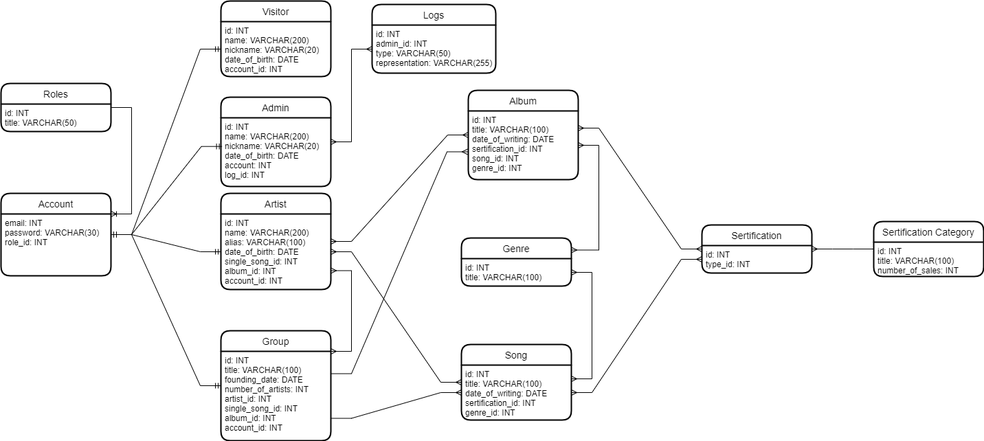
The draw.io diagram SchemeDB.png in whiteicq/DB-Labs-2022, before a commit. Source tidied: cells renumbered, new cells last; positions are measured from the earlier drawing's top-left corner, leaving out a move shared by most shapes.
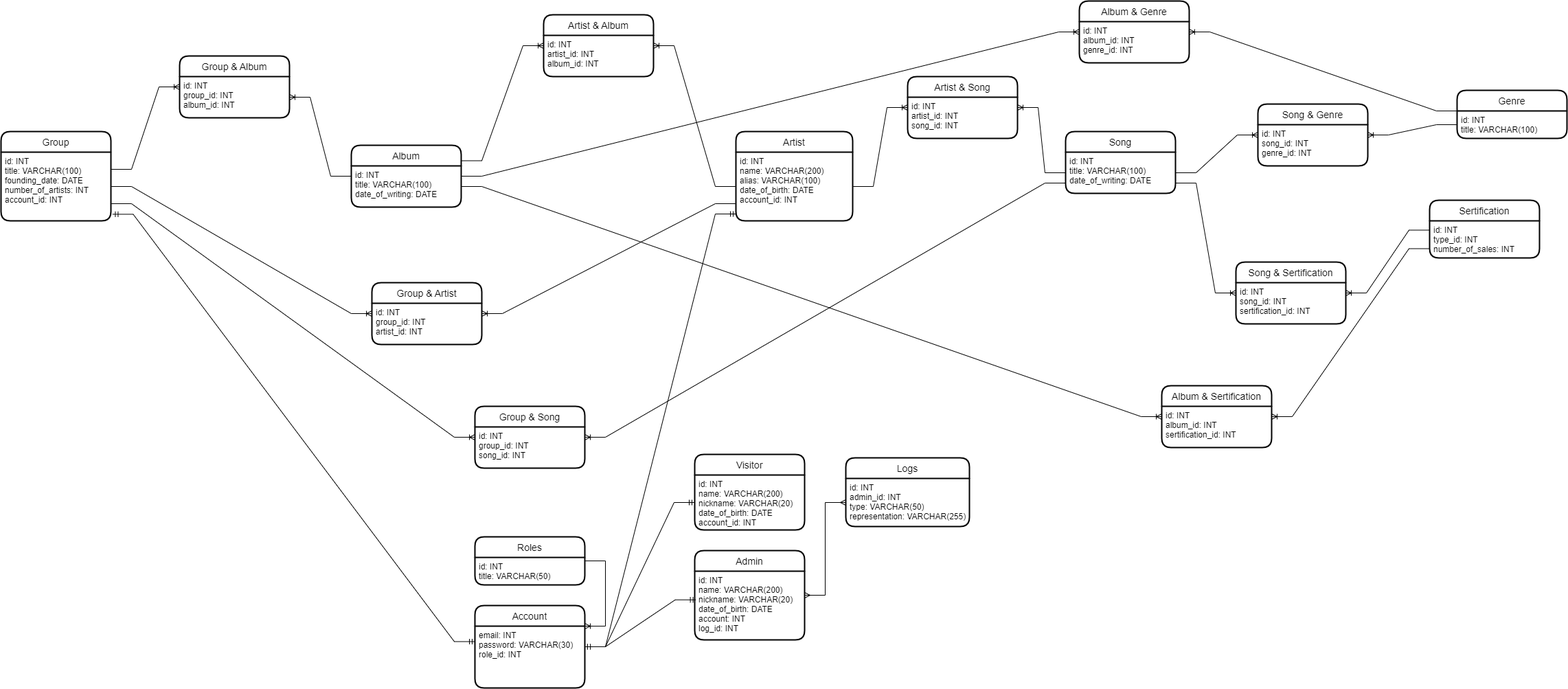
Above is the later version.

Change to the diagram source:
```diff
@@ -5,3 +5,3 @@
     <mxCell id="2" value="Visitor" style="swimlane;horizontal=1;startSize=30;rounded=1;fontSize=14;fontStyle=0;strokeWidth=2;shadow=0;dashed=0;align=center;" parent="1" vertex="1">
-      <mxGeometry x="320" width="160" height="110" as="geometry" />
+      <mxGeometry x="750" y="1130" width="160" height="110" as="geometry" />
     </mxCell>
@@ -11,15 +11,15 @@
     <mxCell id="4" value="Artist" style="swimlane;horizontal=1;startSize=30;rounded=1;fontSize=14;fontStyle=0;strokeWidth=2;shadow=0;dashed=0;align=center;" parent="1" vertex="1">
-      <mxGeometry x="320" y="280" width="160" height="140" as="geometry" />
+      <mxGeometry x="810" y="660" width="170" height="130" as="geometry" />
     </mxCell>
-    <mxCell id="5" value="id: INT&#10;name: VARCHAR(200)&#10;alias: VARCHAR(100)&#10;date_of_birth: DATE&#10;single_song_id: INT&#10;album_id: INT&#10;account_id: INT" style="align=left;strokeColor=none;fillColor=none;spacingLeft=4;fontSize=12;verticalAlign=top;" parent="4" vertex="1">
-      <mxGeometry y="30" width="160" height="110" as="geometry" />
+    <mxCell id="5" value="id: INT&#10;name: VARCHAR(200)&#10;alias: VARCHAR(100)&#10;date_of_birth: DATE&#10;account_id: INT" style="align=left;strokeColor=none;fillColor=none;spacingLeft=4;fontSize=12;verticalAlign=top;" parent="4" vertex="1">
+      <mxGeometry y="30" width="170" height="100" as="geometry" />
     </mxCell>
     <mxCell id="6" value="Group" style="swimlane;horizontal=1;startSize=30;rounded=1;fontSize=14;fontStyle=0;strokeWidth=2;shadow=0;dashed=0;align=center;" parent="1" vertex="1">
-      <mxGeometry x="320" y="480" width="160" height="160" as="geometry" />
+      <mxGeometry x="-260" y="660" width="160" height="130" as="geometry" />
     </mxCell>
-    <mxCell id="7" value="id: INT&#10;title: VARCHAR(100)&#10;founding_date: DATE&#10;number_of_artists: INT&#10;artist_id: INT&#10;single_song_id: INT&#10;album_id: INT&#10;account_id: INT&#10;" style="align=left;strokeColor=none;fillColor=none;spacingLeft=4;fontSize=12;verticalAlign=top;" parent="6" vertex="1">
-      <mxGeometry y="30" width="160" height="130" as="geometry" />
+    <mxCell id="7" value="id: INT&#10;title: VARCHAR(100)&#10;founding_date: DATE&#10;number_of_artists: INT&#10;account_id: INT&#10;" style="align=left;strokeColor=none;fillColor=none;spacingLeft=4;fontSize=12;verticalAlign=top;" parent="6" vertex="1">
+      <mxGeometry y="30" width="160" height="100" as="geometry" />
     </mxCell>
     <mxCell id="8" value="Admin" style="swimlane;horizontal=1;startSize=30;rounded=1;fontSize=14;fontStyle=0;strokeWidth=2;shadow=0;dashed=0;align=center;" parent="1" vertex="1">
-      <mxGeometry x="320" y="140" width="160" height="130" as="geometry" />
+      <mxGeometry x="750" y="1270" width="160" height="130" as="geometry" />
     </mxCell>
@@ -29,15 +29,15 @@
     <mxCell id="10" value="Album" style="swimlane;horizontal=1;startSize=30;rounded=1;fontSize=14;fontStyle=0;strokeWidth=2;shadow=0;dashed=0;align=center;" parent="1" vertex="1">
-      <mxGeometry x="680" y="130" width="160" height="130" as="geometry" />
+      <mxGeometry x="250" y="680" width="160" height="90" as="geometry" />
     </mxCell>
-    <mxCell id="11" value="id: INT&#10;title: VARCHAR(100)&#10;date_of_writing: DATE&#10;sertification_id: INT&#10;song_id: INT&#10;genre_id: INT" style="align=left;strokeColor=none;fillColor=none;spacingLeft=4;fontSize=12;verticalAlign=top;" parent="10" vertex="1">
-      <mxGeometry y="30" width="160" height="100" as="geometry" />
+    <mxCell id="11" value="id: INT&#10;title: VARCHAR(100)&#10;date_of_writing: DATE&#10;" style="align=left;strokeColor=none;fillColor=none;spacingLeft=4;fontSize=12;verticalAlign=top;" parent="10" vertex="1">
+      <mxGeometry y="30" width="160" height="60" as="geometry" />
     </mxCell>
     <mxCell id="12" value="Song" style="swimlane;horizontal=1;startSize=30;rounded=1;fontSize=14;fontStyle=0;strokeWidth=2;shadow=0;dashed=0;align=center;" parent="1" vertex="1">
-      <mxGeometry x="670" y="500" width="160" height="110" as="geometry" />
+      <mxGeometry x="1290" y="660" width="160" height="90" as="geometry" />
     </mxCell>
-    <mxCell id="13" value="id: INT&#10;title: VARCHAR(100)&#10;date_of_writing: DATE&#10;sertification_id: INT&#10;genre_id: INT" style="align=left;strokeColor=none;fillColor=none;spacingLeft=4;fontSize=12;verticalAlign=top;" parent="12" vertex="1">
-      <mxGeometry y="30" width="160" height="80" as="geometry" />
+    <mxCell id="13" value="id: INT&#10;title: VARCHAR(100)&#10;date_of_writing: DATE&#10;" style="align=left;strokeColor=none;fillColor=none;spacingLeft=4;fontSize=12;verticalAlign=top;" parent="12" vertex="1">
+      <mxGeometry y="30" width="160" height="60" as="geometry" />
     </mxCell>
     <mxCell id="14" value="Genre" style="swimlane;horizontal=1;startSize=30;rounded=1;fontSize=14;fontStyle=0;strokeWidth=2;shadow=0;dashed=0;align=center;" parent="1" vertex="1">
-      <mxGeometry x="670" y="345" width="160" height="70" as="geometry" />
+      <mxGeometry x="1860" y="600" width="160" height="70" as="geometry" />
     </mxCell>
@@ -47,15 +47,9 @@
     <mxCell id="16" value="Sertification" style="swimlane;horizontal=1;startSize=30;rounded=1;fontSize=14;fontStyle=0;strokeWidth=2;shadow=0;dashed=0;align=center;" parent="1" vertex="1">
-      <mxGeometry x="1020" y="326" width="160" height="70" as="geometry" />
+      <mxGeometry x="1820" y="760" width="160" height="84" as="geometry" />
     </mxCell>
-    <mxCell id="17" value="id: INT&#10;type_id: INT" style="align=left;strokeColor=none;fillColor=none;spacingLeft=4;fontSize=12;verticalAlign=top;" parent="16" vertex="1">
-      <mxGeometry y="30" width="160" height="40" as="geometry" />
+    <mxCell id="17" value="id: INT&#10;type_id: INT&#10;number_of_sales: INT" style="align=left;strokeColor=none;fillColor=none;spacingLeft=4;fontSize=12;verticalAlign=top;" parent="16" vertex="1">
+      <mxGeometry y="30" width="160" height="54" as="geometry" />
     </mxCell>
-    <mxCell id="18" value="Sertification Category" style="swimlane;horizontal=1;startSize=30;rounded=1;fontSize=14;fontStyle=0;strokeWidth=2;shadow=0;dashed=0;align=center;" parent="1" vertex="1">
-      <mxGeometry x="1270" y="321" width="160" height="80" as="geometry" />
-    </mxCell>
-    <mxCell id="19" value="id: INT&#10;title: VARCHAR(100)&#10;number_of_sales: INT" style="align=left;strokeColor=none;fillColor=none;spacingLeft=4;fontSize=12;verticalAlign=top;" parent="18" vertex="1">
-      <mxGeometry y="30" width="160" height="50" as="geometry" />
-    </mxCell>
     <mxCell id="20" value="Roles" style="swimlane;horizontal=1;startSize=30;rounded=1;fontSize=14;fontStyle=0;strokeWidth=2;shadow=0;dashed=0;align=center;" parent="1" vertex="1">
-      <mxGeometry y="120" width="160" height="70" as="geometry" />
+      <mxGeometry x="430" y="1250" width="160" height="70" as="geometry" />
     </mxCell>
@@ -65,3 +59,3 @@
     <mxCell id="22" value="Logs" style="swimlane;horizontal=1;startSize=30;rounded=1;fontSize=14;fontStyle=0;strokeWidth=2;shadow=0;dashed=0;align=center;" parent="1" vertex="1">
-      <mxGeometry x="540" y="5" width="180" height="100" as="geometry" />
+      <mxGeometry x="970" y="1135" width="180" height="100" as="geometry" />
     </mxCell>
@@ -70,22 +64,4 @@
     </mxCell>
-    <mxCell id="24" style="edgeStyle=entityRelationEdgeStyle;fontSize=12;html=1;endArrow=ERmany;startArrow=ERmany;rounded=0;" parent="1" edge="1" source="4" target="10">
-      <mxGeometry relative="1" as="geometry" />
-    </mxCell>
-    <mxCell id="25" style="edgeStyle=entityRelationEdgeStyle;fontSize=12;html=1;endArrow=ERmany;startArrow=ERmany;rounded=0;exitX=1;exitY=0.5;exitDx=0;exitDy=0;" parent="1" edge="1" source="5" target="12">
-      <mxGeometry relative="1" as="geometry" />
-    </mxCell>
-    <mxCell id="26" style="edgeStyle=entityRelationEdgeStyle;fontSize=12;html=1;endArrow=ERmany;startArrow=ERmany;rounded=0;exitX=1;exitY=0.25;exitDx=0;exitDy=0;" parent="1" edge="1" source="11" target="16">
-      <mxGeometry relative="1" as="geometry" />
-    </mxCell>
-    <mxCell id="27" style="edgeStyle=entityRelationEdgeStyle;fontSize=12;html=1;endArrow=ERmany;startArrow=ERmany;rounded=0;entryX=0;entryY=0.5;entryDx=0;entryDy=0;exitX=1;exitY=0.5;exitDx=0;exitDy=0;" parent="1" edge="1" source="13" target="17">
-      <mxGeometry relative="1" as="geometry" />
-    </mxCell>
-    <mxCell id="28" style="edgeStyle=entityRelationEdgeStyle;fontSize=12;html=1;endArrow=ERmany;startArrow=ERmany;rounded=0;exitX=1;exitY=0.25;exitDx=0;exitDy=0;" parent="1" edge="1" source="14" target="11">
-      <mxGeometry relative="1" as="geometry" />
-    </mxCell>
-    <mxCell id="29" style="edgeStyle=entityRelationEdgeStyle;fontSize=12;html=1;endArrow=ERmany;startArrow=ERmany;rounded=0;exitX=1;exitY=0.25;exitDx=0;exitDy=0;" parent="1" edge="1" source="13" target="15">
-      <mxGeometry relative="1" as="geometry" />
-    </mxCell>
     <mxCell id="30" value="Account" style="swimlane;horizontal=1;startSize=30;rounded=1;fontSize=14;fontStyle=0;strokeWidth=2;shadow=0;dashed=0;align=center;" parent="1" vertex="1">
-      <mxGeometry y="280" width="160" height="120" as="geometry" />
+      <mxGeometry x="430" y="1350" width="160" height="120" as="geometry" />
     </mxCell>
@@ -94,8 +70,2 @@
     </mxCell>
-    <mxCell id="32" style="edgeStyle=entityRelationEdgeStyle;fontSize=12;html=1;endArrow=ERmandOne;startArrow=ERmandOne;rounded=0;entryX=0;entryY=0.5;entryDx=0;entryDy=0;" parent="1" edge="1" source="30" target="5">
-      <mxGeometry relative="1" as="geometry" />
-    </mxCell>
-    <mxCell id="33" style="edgeStyle=entityRelationEdgeStyle;fontSize=12;html=1;endArrow=ERmandOne;startArrow=ERmandOne;rounded=0;" parent="1" edge="1" source="30" target="6">
-      <mxGeometry relative="1" as="geometry" />
-    </mxCell>
     <mxCell id="34" style="edgeStyle=entityRelationEdgeStyle;fontSize=12;html=1;endArrow=ERoneToMany;rounded=0;entryX=1;entryY=0;entryDx=0;entryDy=0;" parent="1" edge="1" source="20" target="31">
@@ -103,8 +73,2 @@
     </mxCell>
-    <mxCell id="35" style="edgeStyle=entityRelationEdgeStyle;fontSize=12;html=1;endArrow=ERmany;rounded=0;entryX=0;entryY=0.5;entryDx=0;entryDy=0;exitX=1;exitY=0.75;exitDx=0;exitDy=0;" parent="1" edge="1" source="7" target="13">
-      <mxGeometry relative="1" as="geometry" />
-    </mxCell>
-    <mxCell id="36" style="edgeStyle=entityRelationEdgeStyle;fontSize=12;html=1;endArrow=ERmany;rounded=0;exitX=1;exitY=0.25;exitDx=0;exitDy=0;entryX=-0.006;entryY=0.595;entryDx=0;entryDy=0;entryPerimeter=0;" parent="1" edge="1" source="7" target="11">
-      <mxGeometry relative="1" as="geometry" />
-    </mxCell>
     <mxCell id="37" style="edgeStyle=entityRelationEdgeStyle;fontSize=12;html=1;endArrow=ERmandOne;startArrow=ERmandOne;rounded=0;" parent="1" edge="1" source="30" target="3">
@@ -115,8 +79,2 @@
     </mxCell>
-    <mxCell id="39" style="edgeStyle=entityRelationEdgeStyle;fontSize=12;html=1;endArrow=ERmany;startArrow=ERmany;rounded=0;exitX=1;exitY=0.75;exitDx=0;exitDy=0;entryX=1;entryY=0;entryDx=0;entryDy=0;" parent="1" edge="1" source="5" target="7">
-      <mxGeometry relative="1" as="geometry" />
-    </mxCell>
-    <mxCell id="40" style="edgeStyle=entityRelationEdgeStyle;fontSize=12;html=1;endArrow=ERmany;rounded=0;" parent="1" edge="1" source="18" target="16">
-      <mxGeometry relative="1" as="geometry" />
-    </mxCell>
     <mxCell id="41" style="edgeStyle=entityRelationEdgeStyle;fontSize=12;html=1;endArrow=ERmany;startArrow=ERmany;rounded=0;" parent="1" edge="1" source="8" target="23">
@@ -124,2 +82,118 @@
     </mxCell>
+    <mxCell id="42" value="Artist &amp; Song" style="swimlane;horizontal=1;startSize=30;rounded=1;fontSize=14;fontStyle=0;strokeWidth=2;shadow=0;dashed=0;align=center;" parent="1" vertex="1">
+      <mxGeometry x="1060" y="580" width="160" height="90" as="geometry" />
+    </mxCell>
+    <mxCell id="43" value="id: INT&#10;artist_id: INT&#10;song_id: INT" style="align=left;strokeColor=none;fillColor=none;spacingLeft=4;fontSize=12;verticalAlign=top;" parent="42" vertex="1">
+      <mxGeometry y="30" width="160" height="60" as="geometry" />
+    </mxCell>
+    <mxCell id="44" value="Group &amp; Song" style="swimlane;horizontal=1;startSize=30;rounded=1;fontSize=14;fontStyle=0;strokeWidth=2;shadow=0;dashed=0;align=center;" parent="1" vertex="1">
+      <mxGeometry x="430" y="1060" width="160" height="90" as="geometry" />
+    </mxCell>
+    <mxCell id="45" value="id: INT&#10;group_id: INT&#10;song_id: INT" style="align=left;strokeColor=none;fillColor=none;spacingLeft=4;fontSize=12;verticalAlign=top;" parent="44" vertex="1">
+      <mxGeometry y="30" width="160" height="60" as="geometry" />
+    </mxCell>
+    <mxCell id="46" value="Album &amp; Genre" style="swimlane;horizontal=1;startSize=30;rounded=1;fontSize=14;fontStyle=0;strokeWidth=2;shadow=0;dashed=0;align=center;" parent="1" vertex="1">
+      <mxGeometry x="1310" y="470" width="160" height="90" as="geometry" />
+    </mxCell>
+    <mxCell id="47" value="id: INT&#10;album_id: INT&#10;genre_id: INT" style="align=left;strokeColor=none;fillColor=none;spacingLeft=4;fontSize=12;verticalAlign=top;" parent="46" vertex="1">
+      <mxGeometry y="30" width="160" height="60" as="geometry" />
+    </mxCell>
+    <mxCell id="48" value="Song &amp; Genre" style="swimlane;horizontal=1;startSize=30;rounded=1;fontSize=14;fontStyle=0;strokeWidth=2;shadow=0;dashed=0;align=center;" parent="1" vertex="1">
+      <mxGeometry x="1570" y="620" width="160" height="90" as="geometry" />
+    </mxCell>
+    <mxCell id="49" value="id: INT&#10;song_id: INT&#10;genre_id: INT&#10;" style="align=left;strokeColor=none;fillColor=none;spacingLeft=4;fontSize=12;verticalAlign=top;" parent="48" vertex="1">
+      <mxGeometry y="30" width="160" height="60" as="geometry" />
+    </mxCell>
+    <mxCell id="50" value="Artist &amp; Album" style="swimlane;horizontal=1;startSize=30;rounded=1;fontSize=14;fontStyle=0;strokeWidth=2;shadow=0;dashed=0;align=center;" parent="1" vertex="1">
+      <mxGeometry x="530" y="490" width="160" height="90" as="geometry" />
+    </mxCell>
+    <mxCell id="51" value="id: INT&#10;artist_id: INT&#10;album_id: INT" style="align=left;strokeColor=none;fillColor=none;spacingLeft=4;fontSize=12;verticalAlign=top;" parent="50" vertex="1">
+      <mxGeometry y="30" width="160" height="60" as="geometry" />
+    </mxCell>
+    <mxCell id="52" value="Group &amp; Album" style="swimlane;horizontal=1;startSize=30;rounded=1;fontSize=14;fontStyle=0;strokeWidth=2;shadow=0;dashed=0;align=center;" parent="1" vertex="1">
+      <mxGeometry y="550" width="160" height="90" as="geometry" />
+    </mxCell>
+    <mxCell id="53" value="id: INT&#10;group_id: INT&#10;album_id: INT" style="align=left;strokeColor=none;fillColor=none;spacingLeft=4;fontSize=12;verticalAlign=top;" parent="52" vertex="1">
+      <mxGeometry y="30" width="160" height="60" as="geometry" />
+    </mxCell>
+    <mxCell id="54" value="Group &amp; Artist" style="swimlane;horizontal=1;startSize=30;rounded=1;fontSize=14;fontStyle=0;strokeWidth=2;shadow=0;dashed=0;align=center;" parent="1" vertex="1">
+      <mxGeometry x="280" y="880" width="160" height="90" as="geometry" />
+    </mxCell>
+    <mxCell id="55" value="id: INT&#10;group_id: INT&#10;artist_id: INT" style="align=left;strokeColor=none;fillColor=none;spacingLeft=4;fontSize=12;verticalAlign=top;" parent="54" vertex="1">
+      <mxGeometry y="30" width="160" height="60" as="geometry" />
+    </mxCell>
+    <mxCell id="56" value="Album &amp; Sertification" style="swimlane;horizontal=1;startSize=30;rounded=1;fontSize=14;fontStyle=0;strokeWidth=2;shadow=0;dashed=0;align=center;" parent="1" vertex="1">
+      <mxGeometry x="1430" y="1030" width="160" height="90" as="geometry" />
+    </mxCell>
+    <mxCell id="57" value="id: INT&#10;album_id: INT&#10;sertification_id: INT" style="align=left;strokeColor=none;fillColor=none;spacingLeft=4;fontSize=12;verticalAlign=top;" parent="56" vertex="1">
+      <mxGeometry y="30" width="160" height="60" as="geometry" />
+    </mxCell>
+    <mxCell id="58" value="Song &amp; Sertification" style="swimlane;horizontal=1;startSize=30;rounded=1;fontSize=14;fontStyle=0;strokeWidth=2;shadow=0;dashed=0;align=center;" parent="1" vertex="1">
+      <mxGeometry x="1538" y="850" width="160" height="90" as="geometry" />
+    </mxCell>
+    <mxCell id="59" value="id: INT&#10;song_id: INT&#10;sertification_id: INT" style="align=left;strokeColor=none;fillColor=none;spacingLeft=4;fontSize=12;verticalAlign=top;" parent="58" vertex="1">
+      <mxGeometry y="30" width="160" height="60" as="geometry" />
+    </mxCell>
+    <mxCell id="60" style="edgeStyle=entityRelationEdgeStyle;fontSize=12;html=1;endArrow=ERoneToMany;rounded=0;exitX=1;exitY=0.5;exitDx=0;exitDy=0;entryX=0;entryY=0.25;entryDx=0;entryDy=0;" parent="1" edge="1" source="13" target="49">
+      <mxGeometry relative="1" as="geometry" />
+    </mxCell>
+    <mxCell id="61" style="edgeStyle=entityRelationEdgeStyle;fontSize=12;html=1;endArrow=ERoneToMany;rounded=0;" parent="1" edge="1" source="15" target="48">
+      <mxGeometry relative="1" as="geometry" />
+    </mxCell>
+    <mxCell id="62" style="edgeStyle=entityRelationEdgeStyle;fontSize=12;html=1;endArrow=ERoneToMany;rounded=0;" parent="1" edge="1" source="5" target="42">
+      <mxGeometry relative="1" as="geometry" />
+    </mxCell>
+    <mxCell id="63" style="edgeStyle=entityRelationEdgeStyle;fontSize=12;html=1;endArrow=ERoneToMany;rounded=0;entryX=1;entryY=0.25;entryDx=0;entryDy=0;" parent="1" edge="1" source="13" target="43">
+      <mxGeometry relative="1" as="geometry" />
+    </mxCell>
+    <mxCell id="64" style="edgeStyle=entityRelationEdgeStyle;fontSize=12;html=1;endArrow=ERoneToMany;rounded=0;exitX=1;exitY=0.25;exitDx=0;exitDy=0;entryX=0;entryY=0.25;entryDx=0;entryDy=0;" parent="1" edge="1" source="10" target="51">
+      <mxGeometry relative="1" as="geometry" />
+    </mxCell>
+    <mxCell id="65" style="edgeStyle=entityRelationEdgeStyle;fontSize=12;html=1;endArrow=ERoneToMany;rounded=0;entryX=1;entryY=0.5;entryDx=0;entryDy=0;" parent="1" edge="1" source="5" target="50">
+      <mxGeometry relative="1" as="geometry" />
+    </mxCell>
+    <mxCell id="66" style="edgeStyle=entityRelationEdgeStyle;fontSize=12;html=1;endArrow=ERoneToMany;rounded=0;exitX=1;exitY=0.25;exitDx=0;exitDy=0;entryX=0;entryY=0.25;entryDx=0;entryDy=0;" parent="1" edge="1" source="7" target="53">
+      <mxGeometry relative="1" as="geometry" />
+    </mxCell>
+    <mxCell id="67" style="edgeStyle=entityRelationEdgeStyle;fontSize=12;html=1;endArrow=ERoneToMany;rounded=0;exitX=0;exitY=0.25;exitDx=0;exitDy=0;" parent="1" edge="1" source="11" target="53">
+      <mxGeometry relative="1" as="geometry" />
+    </mxCell>
+    <mxCell id="68" style="edgeStyle=entityRelationEdgeStyle;fontSize=12;html=1;endArrow=ERoneToMany;rounded=0;entryX=0;entryY=0.25;entryDx=0;entryDy=0;exitX=1;exitY=0.5;exitDx=0;exitDy=0;" parent="1" edge="1" source="7" target="55">
+      <mxGeometry relative="1" as="geometry" />
+    </mxCell>
+    <mxCell id="69" style="edgeStyle=entityRelationEdgeStyle;fontSize=12;html=1;endArrow=ERoneToMany;rounded=0;entryX=1;entryY=0.5;entryDx=0;entryDy=0;exitX=0;exitY=0.75;exitDx=0;exitDy=0;" parent="1" edge="1" source="5" target="54">
+      <mxGeometry relative="1" as="geometry" />
+    </mxCell>
+    <mxCell id="70" style="edgeStyle=entityRelationEdgeStyle;fontSize=12;html=1;endArrow=ERoneToMany;rounded=0;entryX=1;entryY=0.25;entryDx=0;entryDy=0;exitX=0;exitY=0.75;exitDx=0;exitDy=0;" parent="1" edge="1" source="13" target="45">
+      <mxGeometry relative="1" as="geometry" />
+    </mxCell>
+    <mxCell id="71" style="edgeStyle=entityRelationEdgeStyle;fontSize=12;html=1;endArrow=ERoneToMany;rounded=0;entryX=0;entryY=0.25;entryDx=0;entryDy=0;exitX=1;exitY=0.75;exitDx=0;exitDy=0;" parent="1" edge="1" source="7" target="45">
+      <mxGeometry relative="1" as="geometry" />
+    </mxCell>
+    <mxCell id="72" style="edgeStyle=entityRelationEdgeStyle;fontSize=12;html=1;endArrow=ERoneToMany;rounded=0;entryX=0;entryY=0.25;entryDx=0;entryDy=0;exitX=1;exitY=0.75;exitDx=0;exitDy=0;" parent="1" edge="1" source="13" target="59">
+      <mxGeometry relative="1" as="geometry" />
+    </mxCell>
+    <mxCell id="73" style="edgeStyle=entityRelationEdgeStyle;fontSize=12;html=1;endArrow=ERoneToMany;rounded=0;entryX=1;entryY=0.25;entryDx=0;entryDy=0;exitX=0;exitY=0.25;exitDx=0;exitDy=0;" parent="1" edge="1" source="17" target="59">
+      <mxGeometry relative="1" as="geometry" />
+    </mxCell>
+    <mxCell id="74" style="edgeStyle=entityRelationEdgeStyle;fontSize=12;html=1;endArrow=ERoneToMany;rounded=0;entryX=0;entryY=0.25;entryDx=0;entryDy=0;exitX=1;exitY=0.5;exitDx=0;exitDy=0;" parent="1" edge="1" source="11" target="57">
+      <mxGeometry relative="1" as="geometry" />
+    </mxCell>
+    <mxCell id="75" style="edgeStyle=entityRelationEdgeStyle;fontSize=12;html=1;endArrow=ERoneToMany;rounded=0;entryX=1;entryY=0.25;entryDx=0;entryDy=0;exitX=0;exitY=0.75;exitDx=0;exitDy=0;" parent="1" edge="1" source="17" target="57">
+      <mxGeometry relative="1" as="geometry" />
+    </mxCell>
+    <mxCell id="76" style="edgeStyle=entityRelationEdgeStyle;fontSize=12;html=1;endArrow=ERoneToMany;rounded=0;entryX=0;entryY=0.25;entryDx=0;entryDy=0;exitX=1;exitY=0.25;exitDx=0;exitDy=0;" parent="1" edge="1" source="11" target="47">
+      <mxGeometry relative="1" as="geometry" />
+    </mxCell>
+    <mxCell id="77" style="edgeStyle=entityRelationEdgeStyle;fontSize=12;html=1;endArrow=ERoneToMany;rounded=0;entryX=1;entryY=0.25;entryDx=0;entryDy=0;exitX=0;exitY=0;exitDx=0;exitDy=0;" parent="1" edge="1" source="15" target="47">
+      <mxGeometry relative="1" as="geometry" />
+    </mxCell>
+    <mxCell id="78" style="edgeStyle=entityRelationEdgeStyle;fontSize=12;html=1;endArrow=ERmandOne;startArrow=ERmandOne;rounded=0;entryX=0;entryY=0.25;entryDx=0;entryDy=0;exitX=1.015;exitY=0.904;exitDx=0;exitDy=0;exitPerimeter=0;" parent="1" edge="1" source="7" target="31">
+      <mxGeometry relative="1" as="geometry" />
+    </mxCell>
+    <mxCell id="79" style="edgeStyle=entityRelationEdgeStyle;fontSize=12;html=1;endArrow=ERmandOne;rounded=0;" parent="1" edge="1" source="30">
+      <mxGeometry relative="1" as="geometry">
+        <mxPoint x="810" y="780" as="targetPoint" />
+      </mxGeometry>
+    </mxCell>
   </root>
```
